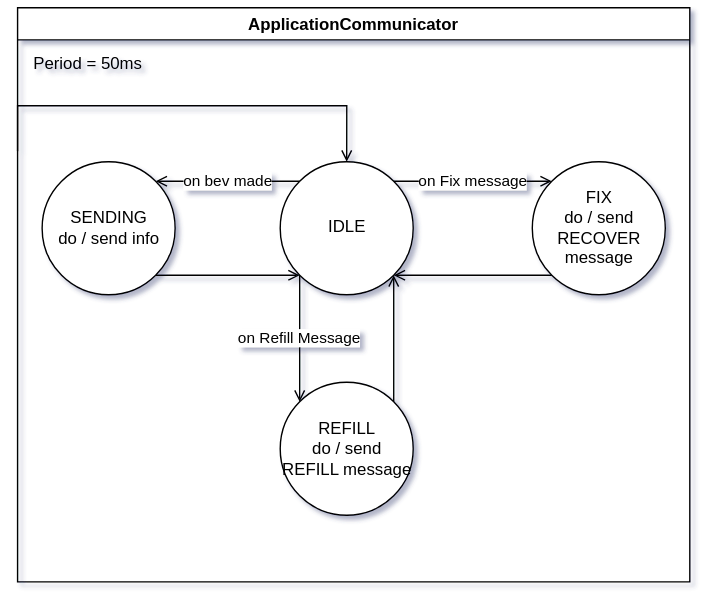
zucchero-sintattico/iot2122 keeps this draw.io diagram as assignment-2/img/tasks/appCommunicatorTask.svg. Above is the earlier version. Source tidied: cells renumbered, new cells last; positions are measured from the earlier drawing's top-left corner, leaving out a move shared by most shapes. Its diagram source:
```xml
<mxGraphModel>
  <root>
    <mxCell id="0" />
    <mxCell id="1" parent="0" />
    <mxCell id="2" value="ApplicationCommunicator" style="swimlane;" parent="1" vertex="1">
      <mxGeometry width="480" height="410" as="geometry" />
    </mxCell>
    <mxCell id="3" value="on Refill Message" style="edgeStyle=orthogonalEdgeStyle;rounded=0;jettySize=auto;html=1;exitX=0;exitY=1;exitDx=0;exitDy=0;entryX=0;entryY=0;entryDx=0;entryDy=0;endArrow=open;endFill=0;" parent="2" edge="1" source="6" target="9">
      <mxGeometry relative="1" as="geometry" />
    </mxCell>
    <mxCell id="4" value="on Fix message" style="edgeStyle=orthogonalEdgeStyle;rounded=0;jettySize=auto;html=1;exitX=1;exitY=0;exitDx=0;exitDy=0;entryX=0;entryY=0;entryDx=0;entryDy=0;endArrow=open;endFill=0;" parent="2" edge="1" source="6" target="11">
      <mxGeometry relative="1" as="geometry" />
    </mxCell>
    <mxCell id="5" value="on bev made" style="edgeStyle=orthogonalEdgeStyle;rounded=0;jettySize=auto;html=1;exitX=0;exitY=0;exitDx=0;exitDy=0;entryX=1;entryY=0;entryDx=0;entryDy=0;endArrow=open;endFill=0;" parent="2" edge="1" source="6" target="13">
      <mxGeometry relative="1" as="geometry" />
    </mxCell>
    <mxCell id="6" value="IDLE" style="ellipse;whiteSpace=wrap;html=1;" parent="2" vertex="1">
      <mxGeometry x="187.5" y="110" width="95" height="95" as="geometry" />
    </mxCell>
    <mxCell id="7" value="Period = 50ms" style="text;html=1;align=center;verticalAlign=middle;strokeColor=none;fillColor=none;" parent="2" vertex="1">
      <mxGeometry x="5" y="30" width="90" height="20" as="geometry" />
    </mxCell>
    <mxCell id="8" style="edgeStyle=orthogonalEdgeStyle;rounded=0;jettySize=auto;html=1;exitX=1;exitY=0;exitDx=0;exitDy=0;entryX=1;entryY=1;entryDx=0;entryDy=0;endArrow=open;endFill=0;" parent="2" edge="1" source="9" target="6">
      <mxGeometry relative="1" as="geometry" />
    </mxCell>
    <mxCell id="9" value="REFILL&lt;br&gt;do / send REFILL message" style="ellipse;whiteSpace=wrap;html=1;" parent="2" vertex="1">
      <mxGeometry x="187.5" y="267.5" width="95" height="95" as="geometry" />
    </mxCell>
    <mxCell id="10" style="edgeStyle=orthogonalEdgeStyle;rounded=0;jettySize=auto;html=1;exitX=0;exitY=1;exitDx=0;exitDy=0;entryX=1;entryY=1;entryDx=0;entryDy=0;endArrow=open;endFill=0;" parent="2" edge="1" source="11" target="6">
      <mxGeometry relative="1" as="geometry" />
    </mxCell>
    <mxCell id="11" value="FIX&lt;br&gt;do / send RECOVER message" style="ellipse;whiteSpace=wrap;html=1;" parent="2" vertex="1">
      <mxGeometry x="367.5" y="110" width="95" height="95" as="geometry" />
    </mxCell>
    <mxCell id="12" style="edgeStyle=orthogonalEdgeStyle;rounded=0;jettySize=auto;html=1;exitX=1;exitY=1;exitDx=0;exitDy=0;entryX=0;entryY=1;entryDx=0;entryDy=0;endArrow=open;endFill=0;" parent="2" edge="1" source="13" target="6">
      <mxGeometry relative="1" as="geometry" />
    </mxCell>
    <mxCell id="13" value="SENDING&lt;br&gt;do / send info" style="ellipse;whiteSpace=wrap;html=1;" parent="2" vertex="1">
      <mxGeometry x="17.5" y="110" width="95" height="95" as="geometry" />
    </mxCell>
    <mxCell id="14" style="edgeStyle=orthogonalEdgeStyle;rounded=0;jettySize=auto;html=1;exitX=0;exitY=0.25;exitDx=0;exitDy=0;entryX=0.5;entryY=0;entryDx=0;entryDy=0;endArrow=open;endFill=0;" parent="2" edge="1" source="2" target="6">
      <mxGeometry relative="1" as="geometry">
        <Array as="points">
          <mxPoint y="70" />
          <mxPoint x="235" y="70" />
        </Array>
      </mxGeometry>
    </mxCell>
  </root>
</mxGraphModel>
```
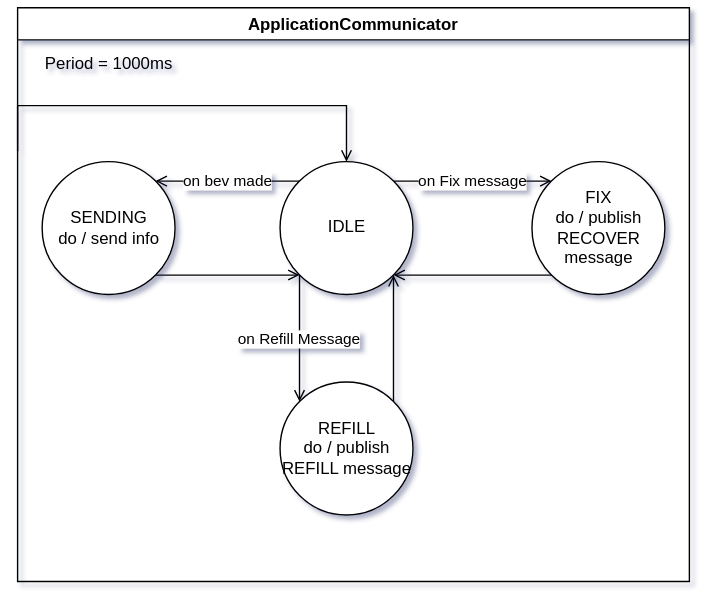
After the change.

Diff of the diagram source:
```diff
@@ -17,19 +17,19 @@
     <mxCell id="6" value="IDLE" style="ellipse;whiteSpace=wrap;html=1;" parent="2" vertex="1">
       <mxGeometry x="187.5" y="110" width="95" height="95" as="geometry" />
     </mxCell>
-    <mxCell id="7" value="Period = 50ms" style="text;html=1;align=center;verticalAlign=middle;strokeColor=none;fillColor=none;" parent="2" vertex="1">
-      <mxGeometry x="5" y="30" width="90" height="20" as="geometry" />
+    <mxCell id="7" value="Period = 1000ms" style="text;html=1;align=center;verticalAlign=middle;strokeColor=none;fillColor=none;" parent="2" vertex="1">
+      <mxGeometry x="10" y="30" width="110" height="20" as="geometry" />
     </mxCell>
     <mxCell id="8" style="edgeStyle=orthogonalEdgeStyle;rounded=0;jettySize=auto;html=1;exitX=1;exitY=0;exitDx=0;exitDy=0;entryX=1;entryY=1;entryDx=0;entryDy=0;endArrow=open;endFill=0;" parent="2" edge="1" source="9" target="6">
       <mxGeometry relative="1" as="geometry" />
     </mxCell>
-    <mxCell id="9" value="REFILL&lt;br&gt;do / send REFILL message" style="ellipse;whiteSpace=wrap;html=1;" parent="2" vertex="1">
+    <mxCell id="9" value="REFILL&lt;br&gt;do / publish REFILL message" style="ellipse;whiteSpace=wrap;html=1;" parent="2" vertex="1">
       <mxGeometry x="187.5" y="267.5" width="95" height="95" as="geometry" />
     </mxCell>
     <mxCell id="10" style="edgeStyle=orthogonalEdgeStyle;rounded=0;jettySize=auto;html=1;exitX=0;exitY=1;exitDx=0;exitDy=0;entryX=1;entryY=1;entryDx=0;entryDy=0;endArrow=open;endFill=0;" parent="2" edge="1" source="11" target="6">
       <mxGeometry relative="1" as="geometry" />
     </mxCell>
-    <mxCell id="11" value="FIX&lt;br&gt;do / send RECOVER message" style="ellipse;whiteSpace=wrap;html=1;" parent="2" vertex="1">
+    <mxCell id="11" value="FIX&lt;br&gt;do / publish RECOVER message" style="ellipse;whiteSpace=wrap;html=1;" parent="2" vertex="1">
       <mxGeometry x="367.5" y="110" width="95" height="95" as="geometry" />
     </mxCell>
     <mxCell id="12" style="edgeStyle=orthogonalEdgeStyle;rounded=0;jettySize=auto;html=1;exitX=1;exitY=1;exitDx=0;exitDy=0;entryX=0;entryY=1;entryDx=0;entryDy=0;endArrow=open;endFill=0;" parent="2" edge="1" source="13" target="6">
```
